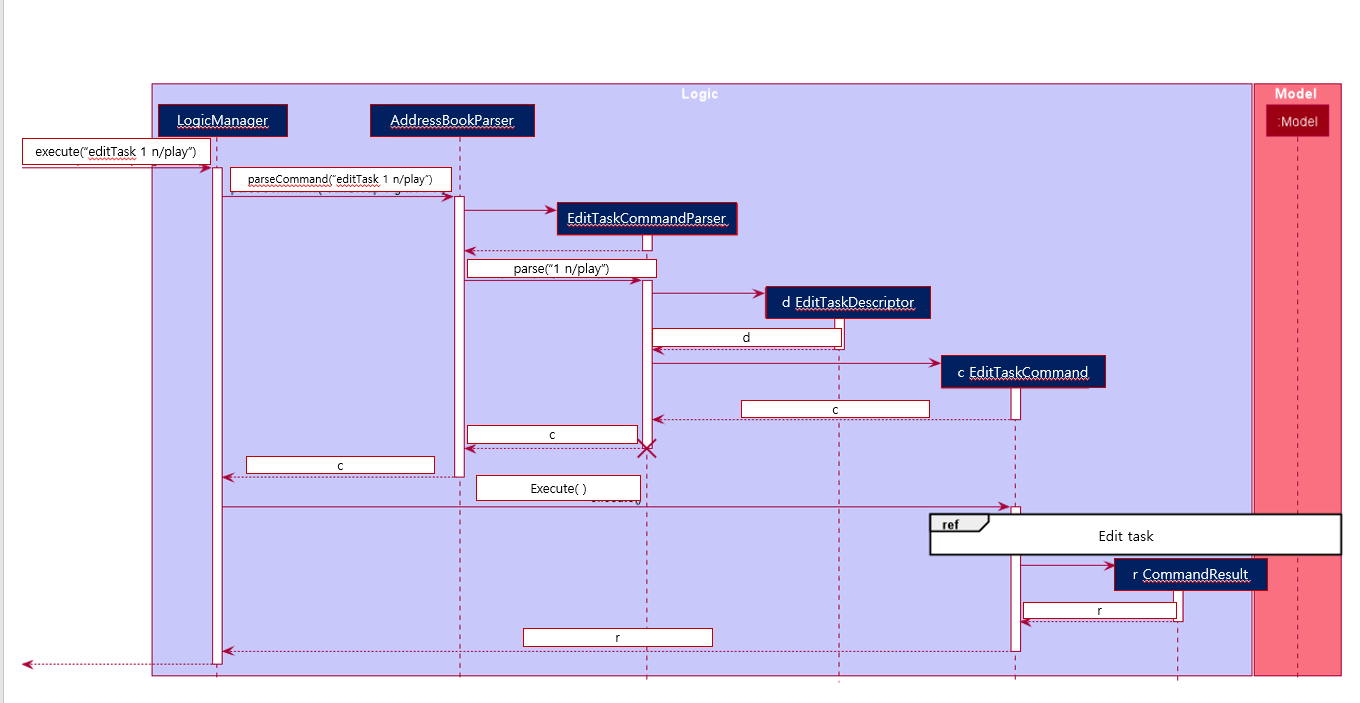
Above: docs/images/EditTaskCommandSequenceDiagram.png in nus-cs2103-AY2122S1/tp (PlantUML), before the change. The source it was exported from:
```plantuml
@startuml
!include style.puml

box Logic LOGIC_COLOR_T1
participant ":LogicManager" as LogicManager LOGIC_COLOR
participant ":AddressBookParser" as AddressBookParser LOGIC_COLOR
participant ":EditGroupCommandParser" as EditGroupParser LOGIC_COLOR
participant "d:EditGroupDescriptor" as EditGroupDescriptor LOGIC_COLOR
participant "c:EditGroupCommand" as EditGroupCommand LOGIC_COLOR
participant "r:CommandResult" as CommandResult LOGIC_COLOR
end box

box Model MODEL_COLOR_T1
participant ":Model" as Model MODEL_COLOR
end box
[-> LogicManager : execute("editGroup 1 g/w14-4")
activate LogicManager

LogicManager -> AddressBookParser : parseCommand("editGroup 1 g/w14-4")
activate AddressBookParser

create EditGroupParser
AddressBookParser -> EditGroupParser
activate EditGroupParser

EditGroupParser --> AddressBookParser
deactivate EditGroupParser

AddressBookParser -> EditGroupParser : parse("1 g/w14-4"))
activate EditGroupParser

create EditGroupDescriptor
EditGroupParser -> EditGroupDescriptor
activate EditGroupDescriptor

EditGroupDescriptor --> EditGroupParser : d
deactivate EditGroupDescriptor

create EditGroupCommand
EditGroupParser -> EditGroupCommand
activate EditGroupCommand

EditGroupCommand --> EditGroupParser : c
deactivate EditGroupCommand

EditGroupParser --> AddressBookParser : c
destroy EditGroupParser

AddressBookParser --> LogicManager : c
deactivate AddressBookParser

LogicManager -> EditGroupCommand : execute()
activate EditGroupCommand

ref over EditGroupCommand, Model
Edit group
end ref

create CommandResult
EditGroupCommand -> CommandResult
activate CommandResult
CommandResult --> EditGroupCommand : r
deactivate CommandResult

EditGroupCommand --> LogicManager : r
deactivate EditGroupCommand

[<--LogicManager
deactivate LogicManager
@enduml
```
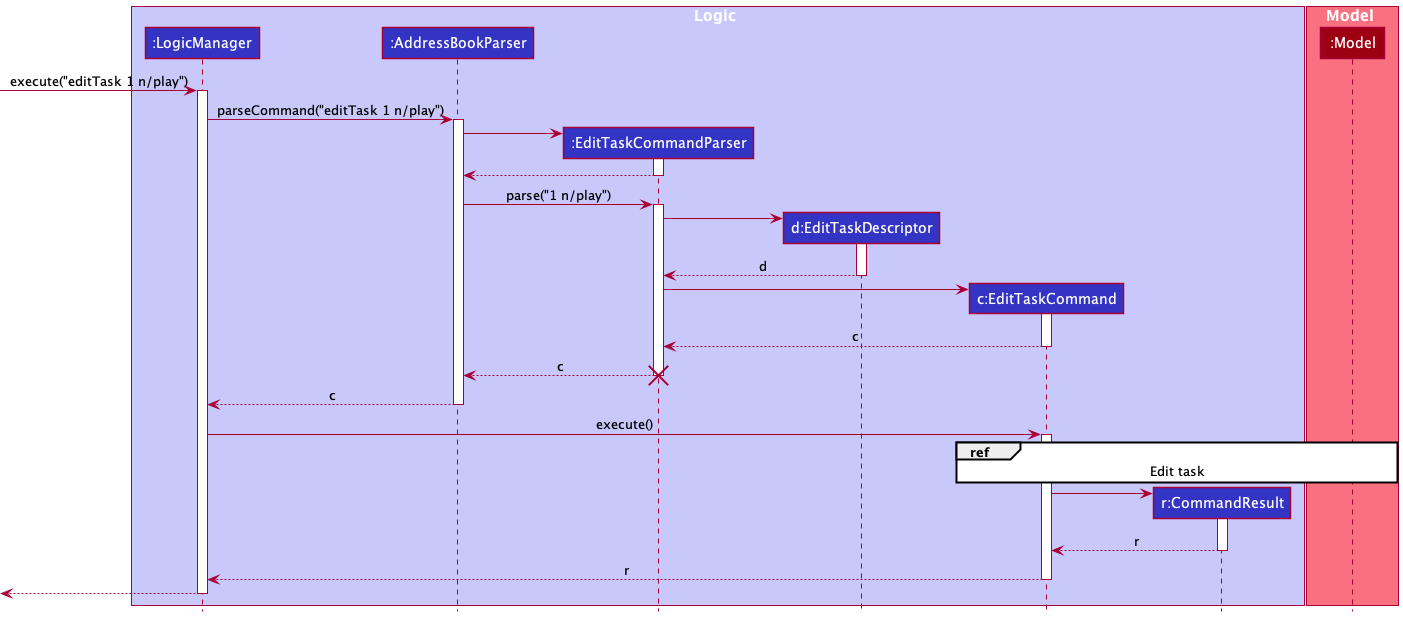
After the change.

Change to the diagram source:
```diff
@@ -4,66 +4,66 @@
 box Logic LOGIC_COLOR_T1
 participant ":LogicManager" as LogicManager LOGIC_COLOR
 participant ":AddressBookParser" as AddressBookParser LOGIC_COLOR
-participant ":EditGroupCommandParser" as EditGroupParser LOGIC_COLOR
-participant "d:EditGroupDescriptor" as EditGroupDescriptor LOGIC_COLOR
-participant "c:EditGroupCommand" as EditGroupCommand LOGIC_COLOR
+participant ":EditTaskCommandParser" as EditTaskParser LOGIC_COLOR
+participant "d:EditTaskDescriptor" as EditTaskDescriptor LOGIC_COLOR
+participant "c:EditTaskCommand" as EditTaskCommand LOGIC_COLOR
 participant "r:CommandResult" as CommandResult LOGIC_COLOR
 end box
 
 box Model MODEL_COLOR_T1
 participant ":Model" as Model MODEL_COLOR
 end box
-[-> LogicManager : execute("editGroup 1 g/w14-4")
+[-> LogicManager : execute("editTask 1 n/play")
 activate LogicManager
 
-LogicManager -> AddressBookParser : parseCommand("editGroup 1 g/w14-4")
+LogicManager -> AddressBookParser : parseCommand("editTask 1 n/play")
 activate AddressBookParser
 
-create EditGroupParser
-AddressBookParser -> EditGroupParser
-activate EditGroupParser
+create EditTaskParser
+AddressBookParser -> EditTaskParser
+activate EditTaskParser
 
-EditGroupParser --> AddressBookParser
-deactivate EditGroupParser
+EditTaskParser --> AddressBookParser
+deactivate EditTaskParser
 
-AddressBookParser -> EditGroupParser : parse("1 g/w14-4"))
-activate EditGroupParser
+AddressBookParser -> EditTaskParser : parse("1 n/play")
+activate EditTaskParser
 
-create EditGroupDescriptor
-EditGroupParser -> EditGroupDescriptor
-activate EditGroupDescriptor
+create EditTaskDescriptor
+EditTaskParser -> EditTaskDescriptor
+activate EditTaskDescriptor
 
-EditGroupDescriptor --> EditGroupParser : d
-deactivate EditGroupDescriptor
+EditTaskDescriptor --> EditTaskParser : d
+deactivate EditTaskDescriptor
 
-create EditGroupCommand
-EditGroupParser -> EditGroupCommand
-activate EditGroupCommand
+create EditTaskCommand
+EditTaskParser -> EditTaskCommand
+activate EditTaskCommand
 
-EditGroupCommand --> EditGroupParser : c
-deactivate EditGroupCommand
+EditTaskCommand --> EditTaskParser : c
+deactivate EditTaskCommand
 
-EditGroupParser --> AddressBookParser : c
-destroy EditGroupParser
+EditTaskParser --> AddressBookParser : c
+destroy EditTaskParser
 
 AddressBookParser --> LogicManager : c
 deactivate AddressBookParser
 
-LogicManager -> EditGroupCommand : execute()
-activate EditGroupCommand
+LogicManager -> EditTaskCommand : execute()
+activate EditTaskCommand
 
-ref over EditGroupCommand, Model
-Edit group
+ref over EditTaskCommand, Model
+Edit task
 end ref
 
 create CommandResult
-EditGroupCommand -> CommandResult
+EditTaskCommand -> CommandResult
 activate CommandResult
-CommandResult --> EditGroupCommand : r
+CommandResult --> EditTaskCommand : r
 deactivate CommandResult
 
-EditGroupCommand --> LogicManager : r
-deactivate EditGroupCommand
+EditTaskCommand --> LogicManager : r
+deactivate EditTaskCommand
 
 [<--LogicManager
 deactivate LogicManager
```
